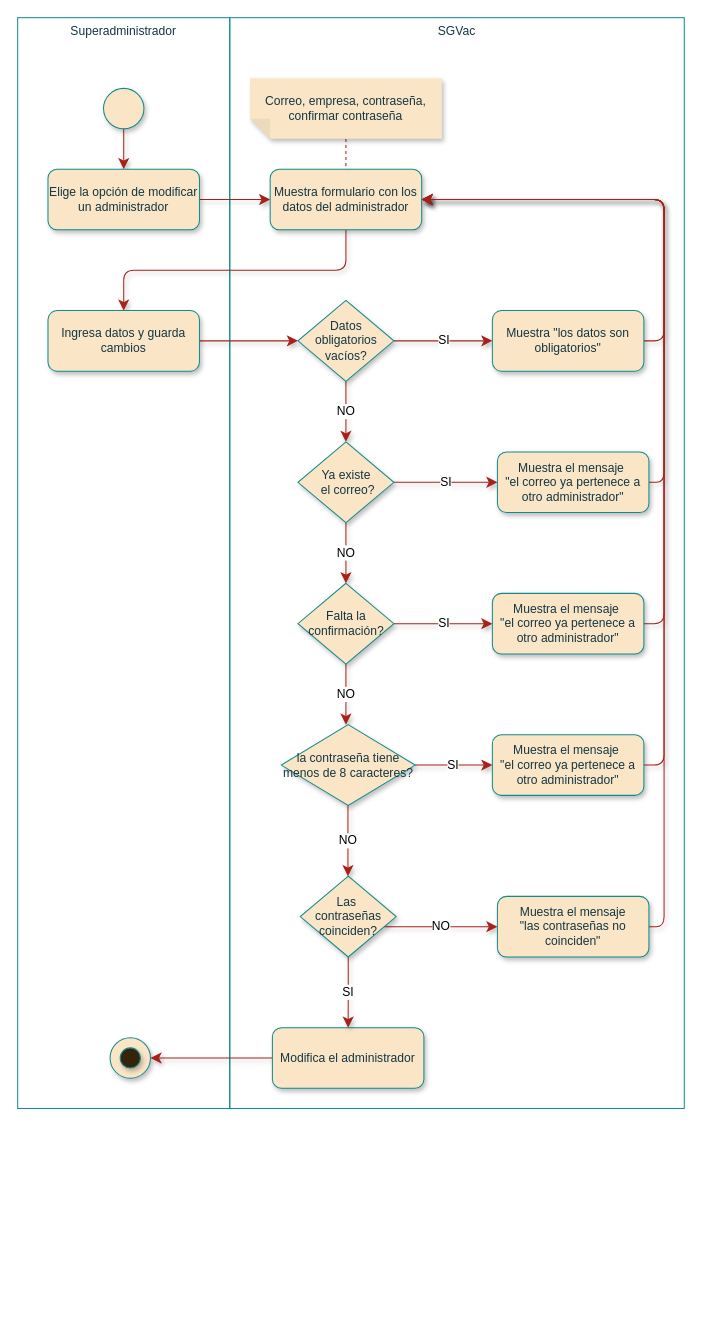
LeandroMurillo/Trabajo-Graduacion keeps this draw.io diagram as Informe/Actividad/Modificar Administrador.drawio. Above is the earlier version. Source tidied: cells renumbered, new cells numbered last; positions are measured from the earlier drawing's top-left corner, leaving out a move shared by most shapes. Both pictures are drawn from the tidied source at 101%, with x=0, y=0 at pixel (17, 17).
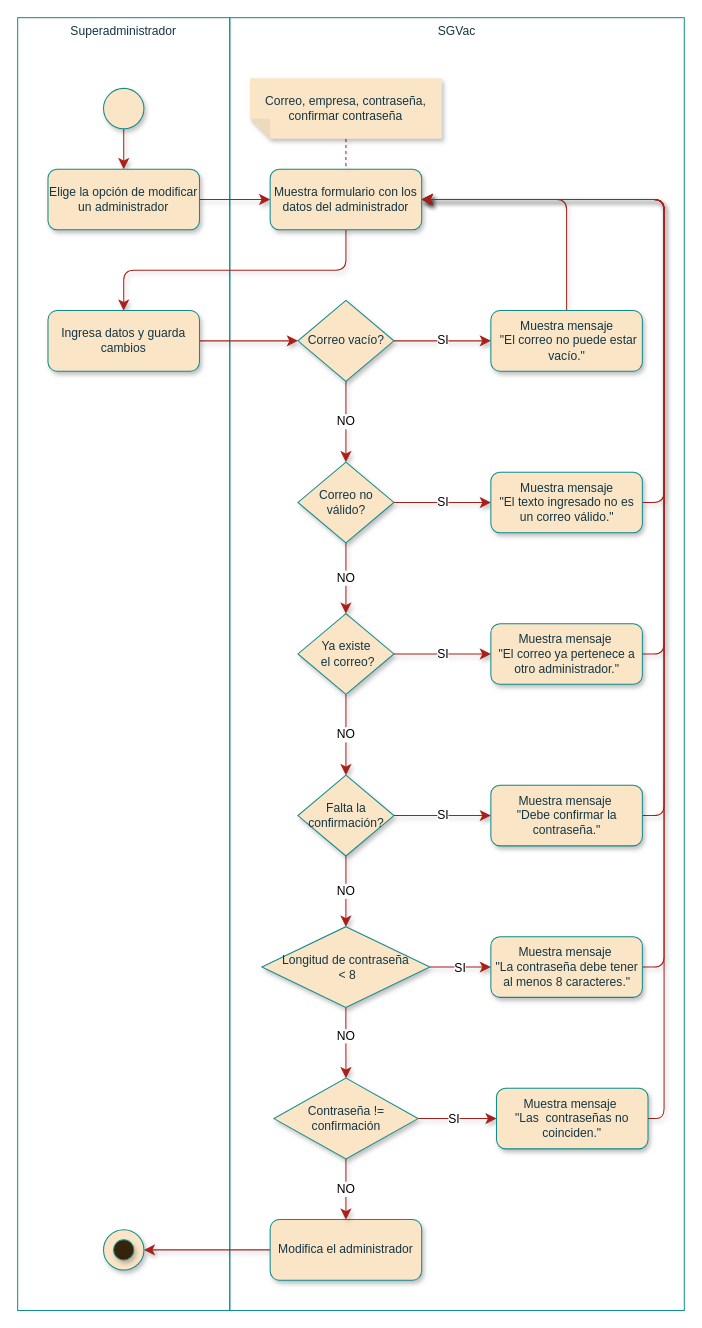
Above is the later version.

The change refers to these unchanged cells:
```xml
<mxCell id="13" value="Muestra formulario con los datos del administrador" style="rounded=1;whiteSpace=wrap;labelBackgroundColor=none;fillColor=#FAE5C7;strokeColor=#0F8B8D;fontColor=#143642;fontFamily=Arial;html=1;shadow=1;" parent="1" vertex="1">
  <mxGeometry x="250" y="150" width="150" height="60" as="geometry" />
</mxCell>
```

Change to the diagram source:
```diff
@@
     <mxCell id="2" value="Superadministrador" style="rounded=0;whiteSpace=wrap;strokeColor=#0F8B8D;fontColor=#143642;fillColor=none;verticalAlign=top;fontFamily=Arial;labelBackgroundColor=none;html=1;" parent="1" vertex="1">
-      <mxGeometry width="210" height="1080" as="geometry" />
+      <mxGeometry width="210" height="1280" as="geometry" />
     </mxCell>
     <mxCell id="3" value="SGVac" style="rounded=0;whiteSpace=wrap;strokeColor=#0F8B8D;fontColor=#143642;fillColor=none;verticalAlign=top;fontFamily=Arial;labelBackgroundColor=none;html=1;" parent="1" vertex="1">
-      <mxGeometry x="210" width="450" height="1080" as="geometry" />
+      <mxGeometry x="210" width="450" height="1280" as="geometry" />
     </mxCell>
@@
     <mxCell id="9" style="group;fontFamily=Arial;labelBackgroundColor=none;fontColor=#143642;html=1;shadow=1;" parent="1" vertex="1">
-      <mxGeometry x="91.5" y="1010" width="40" height="40" as="geometry" />
+      <mxGeometry x="85" y="1200" width="40" height="40" as="geometry" />
     </mxCell>
@@
-    <mxCell id="14" value="NO" style="edgeStyle=elbowEdgeStyle;shape=connector;curved=0;rounded=1;jettySize=auto;elbow=vertical;html=1;shadow=1;strokeColor=#A8201A;align=center;verticalAlign=middle;fontFamily=Arial;fontSize=12;fontColor=default;labelBackgroundColor=default;startSize=8;endArrow=classic;endSize=8;" parent="1" edge="1" source="16">
-      <mxGeometry relative="1" as="geometry">
-        <mxPoint x="325" y="420" as="targetPoint" />
-      </mxGeometry>
+    <mxCell id="14" value="NO" style="edgeStyle=elbowEdgeStyle;shape=connector;curved=0;rounded=1;jettySize=auto;elbow=vertical;html=1;shadow=1;strokeColor=#A8201A;align=center;verticalAlign=middle;fontFamily=Arial;fontSize=12;fontColor=default;labelBackgroundColor=default;startSize=8;endArrow=classic;endSize=8;entryX=0.5;entryY=0;entryDx=0;entryDy=0;" parent="1" edge="1" source="16" target="47">
+      <mxGeometry relative="1" as="geometry" />
     </mxCell>
@@
-    <mxCell id="16" value="Datos obligatorios vacíos?" style="rhombus;whiteSpace=wrap;strokeColor=#0F8B8D;fontFamily=Arial;fontSize=12;fontColor=#143642;labelBackgroundColor=none;fillColor=#FAE5C7;textDirection=ltr;html=1;shadow=1;" parent="1" vertex="1">
+    <mxCell id="16" value="Correo vacío?" style="rhombus;whiteSpace=wrap;strokeColor=#0F8B8D;fontFamily=Arial;fontSize=12;fontColor=#143642;labelBackgroundColor=none;fillColor=#FAE5C7;textDirection=ltr;html=1;shadow=1;" parent="1" vertex="1">
       <mxGeometry x="277.5" y="280" width="95" height="80" as="geometry" />
     </mxCell>
@@
     <mxCell id="22" value="Modifica el administrador" style="rounded=1;whiteSpace=wrap;labelBackgroundColor=none;fillColor=#FAE5C7;strokeColor=#0F8B8D;fontColor=#143642;fontFamily=Arial;html=1;shadow=1;" parent="1" vertex="1">
-      <mxGeometry x="252.2" y="1000" width="150" height="60" as="geometry" />
+      <mxGeometry x="250" y="1190" width="150" height="60" as="geometry" />
     </mxCell>
-    <mxCell id="23" style="edgeStyle=elbowEdgeStyle;shape=connector;curved=0;rounded=1;jettySize=auto;elbow=vertical;html=1;exitX=1;exitY=0.5;exitDx=0;exitDy=0;entryX=1;entryY=0.5;entryDx=0;entryDy=0;shadow=1;strokeColor=#A8201A;align=center;verticalAlign=middle;fontFamily=Arial;fontSize=12;fontColor=default;labelBackgroundColor=default;startSize=8;endArrow=classic;endSize=8;" parent="1" edge="1" source="24" target="13">
+    <mxCell id="23" style="edgeStyle=elbowEdgeStyle;shape=connector;curved=0;rounded=1;jettySize=auto;elbow=vertical;html=1;exitX=0.5;exitY=0;exitDx=0;exitDy=0;entryX=1;entryY=0.5;entryDx=0;entryDy=0;shadow=1;strokeColor=#A8201A;align=center;verticalAlign=middle;fontFamily=Arial;fontSize=12;fontColor=default;labelBackgroundColor=default;startSize=8;endArrow=classic;endSize=8;" parent="1" edge="1" source="24" target="13">
       <mxGeometry relative="1" as="geometry">
         <Array as="points">
-          <mxPoint x="640" y="240" />
+          <mxPoint x="510" y="180" />
         </Array>
       </mxGeometry>
     </mxCell>
-    <mxCell id="24" value="Muestra &quot;los datos son obligatorios&quot;" style="rounded=1;whiteSpace=wrap;labelBackgroundColor=none;fillColor=#FAE5C7;strokeColor=#0F8B8D;fontColor=#143642;fontFamily=Arial;html=1;shadow=1;" parent="1" vertex="1">
-      <mxGeometry x="470" y="290" width="150" height="60" as="geometry" />
+    <mxCell id="24" value="Muestra mensaje&lt;div&gt;&amp;nbsp;&quot;El correo no puede estar vacío.&quot;&lt;/div&gt;" style="rounded=1;whiteSpace=wrap;labelBackgroundColor=none;fillColor=#FAE5C7;strokeColor=#0F8B8D;fontColor=#143642;fontFamily=Arial;html=1;shadow=1;" parent="1" vertex="1">
+      <mxGeometry x="468.5" y="290" width="150" height="60" as="geometry" />
     </mxCell>
-    <mxCell id="25" value="NO" style="edgeStyle=elbowEdgeStyle;shape=connector;curved=0;rounded=1;jettySize=auto;elbow=vertical;html=1;shadow=1;strokeColor=#A8201A;align=center;verticalAlign=middle;fontFamily=Arial;fontSize=12;fontColor=default;labelBackgroundColor=default;startSize=8;endArrow=classic;endSize=8;" parent="1" edge="1" source="27">
-      <mxGeometry relative="1" as="geometry">
-        <mxPoint x="325" y="560" as="targetPoint" />
-      </mxGeometry>
+    <mxCell id="25" value="NO" style="edgeStyle=elbowEdgeStyle;shape=connector;curved=0;rounded=1;jettySize=auto;elbow=vertical;html=1;shadow=1;strokeColor=#A8201A;align=center;verticalAlign=middle;fontFamily=Arial;fontSize=12;fontColor=default;labelBackgroundColor=default;startSize=8;endArrow=classic;endSize=8;entryX=0.5;entryY=0;entryDx=0;entryDy=0;" parent="1" edge="1" source="27" target="37">
+      <mxGeometry relative="1" as="geometry" />
     </mxCell>
-    <mxCell id="26" value="SI" style="edgeStyle=elbowEdgeStyle;shape=connector;curved=0;rounded=1;jettySize=auto;elbow=vertical;html=1;shadow=1;strokeColor=#A8201A;align=center;verticalAlign=middle;fontFamily=Arial;fontSize=12;fontColor=default;labelBackgroundColor=default;startSize=8;endArrow=classic;endSize=8;" parent="1" edge="1" source="27" target="29">
+    <mxCell id="26" value="SI" style="edgeStyle=elbowEdgeStyle;shape=connector;curved=0;rounded=1;jettySize=auto;elbow=vertical;html=1;shadow=1;strokeColor=#A8201A;align=center;verticalAlign=middle;fontFamily=Arial;fontSize=12;fontColor=default;labelBackgroundColor=default;startSize=8;endArrow=classic;endSize=8;exitX=1;exitY=0.5;exitDx=0;exitDy=0;entryX=0;entryY=0.5;entryDx=0;entryDy=0;" parent="1" edge="1" source="27" target="29">
       <mxGeometry relative="1" as="geometry" />
     </mxCell>
     <mxCell id="27" value="Ya existe&lt;div&gt;&amp;nbsp;el correo?&lt;/div&gt;" style="rhombus;whiteSpace=wrap;strokeColor=#0F8B8D;fontFamily=Arial;fontSize=12;fontColor=#143642;labelBackgroundColor=none;fillColor=#FAE5C7;textDirection=ltr;html=1;shadow=1;" parent="1" vertex="1">
-      <mxGeometry x="277.5" y="420" width="95" height="80" as="geometry" />
+      <mxGeometry x="277.5" y="590" width="95" height="80" as="geometry" />
     </mxCell>
@@
-    <mxCell id="29" value="Muestra el mensaje&amp;nbsp;&lt;div&gt;&quot;el correo ya pertenece a otro administrador&quot;&lt;/div&gt;" style="rounded=1;whiteSpace=wrap;labelBackgroundColor=none;fillColor=#FAE5C7;strokeColor=#0F8B8D;fontColor=#143642;fontFamily=Arial;html=1;shadow=1;" parent="1" vertex="1">
-      <mxGeometry x="475" y="430" width="150" height="60" as="geometry" />
+    <mxCell id="29" value="Muestra mensaje&amp;nbsp;&lt;div&gt;&quot;El correo ya pertenece a otro administrador.&quot;&lt;/div&gt;" style="rounded=1;whiteSpace=wrap;labelBackgroundColor=none;fillColor=#FAE5C7;strokeColor=#0F8B8D;fontColor=#143642;fontFamily=Arial;html=1;shadow=1;" parent="1" vertex="1">
+      <mxGeometry x="468.5" y="600" width="150" height="60" as="geometry" />
     </mxCell>
-    <mxCell id="30" value="SI" style="edgeStyle=elbowEdgeStyle;shape=connector;curved=0;rounded=1;jettySize=auto;elbow=vertical;html=1;shadow=1;strokeColor=#A8201A;align=center;verticalAlign=middle;fontFamily=Arial;fontSize=12;fontColor=default;labelBackgroundColor=default;startSize=8;endArrow=classic;endSize=8;entryX=0.5;entryY=0;entryDx=0;entryDy=0;" parent="1" edge="1" source="32" target="22">
-      <mxGeometry relative="1" as="geometry" />
+    <mxCell id="30" value="NO" style="edgeStyle=elbowEdgeStyle;shape=connector;curved=0;rounded=1;jettySize=auto;elbow=vertical;html=1;shadow=1;strokeColor=#A8201A;align=center;verticalAlign=middle;fontFamily=Arial;fontSize=12;fontColor=default;labelBackgroundColor=default;startSize=8;endArrow=classic;endSize=8;entryX=0.5;entryY=0;entryDx=0;entryDy=0;" parent="1" edge="1" target="22">
+      <mxGeometry relative="1" as="geometry">
+        <mxPoint x="325" y="1129" as="sourcePoint" />
+      </mxGeometry>
     </mxCell>
-    <mxCell id="31" value="NO" style="edgeStyle=elbowEdgeStyle;shape=connector;curved=0;rounded=1;jettySize=auto;elbow=vertical;html=1;shadow=1;strokeColor=#A8201A;align=center;verticalAlign=middle;fontFamily=Arial;fontSize=12;fontColor=default;labelBackgroundColor=default;startSize=8;endArrow=classic;endSize=8;" parent="1" edge="1" source="32" target="34">
-      <mxGeometry relative="1" as="geometry" />
-    </mxCell>
-    <mxCell id="32" value="Las&amp;nbsp;&lt;div&gt;contraseñas coinciden?&lt;/div&gt;" style="rhombus;whiteSpace=wrap;strokeColor=#0F8B8D;fontFamily=Arial;fontSize=12;fontColor=#143642;labelBackgroundColor=none;fillColor=#FAE5C7;textDirection=ltr;html=1;shadow=1;" parent="1" vertex="1">
-      <mxGeometry x="279.8" y="850" width="95" height="80" as="geometry" />
-    </mxCell>
-    <mxCell id="33" style="edgeStyle=elbowEdgeStyle;shape=connector;curved=0;rounded=1;jettySize=auto;elbow=vertical;html=1;exitX=1;exitY=0.5;exitDx=0;exitDy=0;entryX=1;entryY=0.5;entryDx=0;entryDy=0;shadow=1;strokeColor=#A8201A;align=center;verticalAlign=middle;fontFamily=Arial;fontSize=12;fontColor=default;labelBackgroundColor=default;startSize=8;endArrow=classic;endSize=8;" parent="1" edge="1" source="34" target="13">
-      <mxGeometry relative="1" as="geometry">
-        <Array as="points">
-          <mxPoint x="640" y="170" />
-        </Array>
-      </mxGeometry>
-    </mxCell>
-    <mxCell id="34" value="Muestra el mensaje&lt;div&gt;&lt;span style=&quot;background-color: transparent; color: light-dark(rgb(20, 54, 66), rgb(173, 202, 213));&quot;&gt;&quot;las contraseñas no coinciden&quot;&lt;/span&gt;&lt;/div&gt;" style="rounded=1;whiteSpace=wrap;labelBackgroundColor=none;fillColor=#FAE5C7;strokeColor=#0F8B8D;fontColor=#143642;fontFamily=Arial;html=1;shadow=1;" parent="1" vertex="1">
-      <mxGeometry x="475" y="870" width="150" height="60" as="geometry" />
-    </mxCell>
-    <mxCell id="35" value="NO" style="edgeStyle=elbowEdgeStyle;shape=connector;curved=0;rounded=1;jettySize=auto;elbow=vertical;html=1;shadow=1;strokeColor=#A8201A;align=center;verticalAlign=middle;fontFamily=Arial;fontSize=12;fontColor=default;labelBackgroundColor=default;startSize=8;endArrow=classic;endSize=8;" parent="1" edge="1" source="37">
-      <mxGeometry relative="1" as="geometry">
-        <mxPoint x="325" y="700" as="targetPoint" />
-      </mxGeometry>
+    <mxCell id="35" value="NO" style="edgeStyle=elbowEdgeStyle;shape=connector;curved=0;rounded=1;jettySize=auto;elbow=vertical;html=1;shadow=1;strokeColor=#A8201A;align=center;verticalAlign=middle;fontFamily=Arial;fontSize=12;fontColor=default;labelBackgroundColor=default;startSize=8;endArrow=classic;endSize=8;entryX=0.5;entryY=0;entryDx=0;entryDy=0;" parent="1" edge="1" source="37" target="54">
+      <mxGeometry relative="1" as="geometry" />
     </mxCell>
-    <mxCell id="36" value="SI" style="edgeStyle=elbowEdgeStyle;shape=connector;curved=0;rounded=1;jettySize=auto;elbow=horizontal;html=1;shadow=1;strokeColor=#A8201A;align=center;verticalAlign=middle;fontFamily=Arial;fontSize=12;fontColor=default;labelBackgroundColor=default;startSize=8;endArrow=classic;endSize=8;" parent="1" edge="1" source="37" target="39">
+    <mxCell id="36" value="SI" style="edgeStyle=elbowEdgeStyle;shape=connector;curved=0;rounded=1;jettySize=auto;elbow=horizontal;html=1;shadow=1;strokeColor=#A8201A;align=center;verticalAlign=middle;fontFamily=Arial;fontSize=12;fontColor=default;labelBackgroundColor=default;startSize=8;endArrow=classic;endSize=8;entryX=0;entryY=0.5;entryDx=0;entryDy=0;exitX=1;exitY=0.5;exitDx=0;exitDy=0;" parent="1" edge="1" source="37" target="39">
       <mxGeometry relative="1" as="geometry" />
     </mxCell>
     <mxCell id="37" value="Falta la confirmación?" style="rhombus;whiteSpace=wrap;strokeColor=#0F8B8D;fontFamily=Arial;fontSize=12;fontColor=#143642;labelBackgroundColor=none;fillColor=#FAE5C7;textDirection=ltr;html=1;shadow=1;" parent="1" vertex="1">
-      <mxGeometry x="277.5" y="560" width="95" height="80" as="geometry" />
+      <mxGeometry x="277.5" y="750" width="95" height="80" as="geometry" />
     </mxCell>
@@
-    <mxCell id="39" value="Muestra el mensaje&amp;nbsp;&lt;div&gt;&quot;el correo ya pertenece a otro administrador&quot;&lt;/div&gt;" style="rounded=1;whiteSpace=wrap;labelBackgroundColor=none;fillColor=#FAE5C7;strokeColor=#0F8B8D;fontColor=#143642;fontFamily=Arial;html=1;shadow=1;" parent="1" vertex="1">
-      <mxGeometry x="470" y="570" width="150" height="60" as="geometry" />
+    <mxCell id="39" value="Muestra mensaje&amp;nbsp;&lt;div&gt;&quot;Debe confirmar la contraseña.&quot;&lt;/div&gt;" style="rounded=1;whiteSpace=wrap;labelBackgroundColor=none;fillColor=#FAE5C7;strokeColor=#0F8B8D;fontColor=#143642;fontFamily=Arial;html=1;shadow=1;" parent="1" vertex="1">
+      <mxGeometry x="468.5" y="760" width="150" height="60" as="geometry" />
     </mxCell>
-    <mxCell id="40" value="NO" style="edgeStyle=elbowEdgeStyle;shape=connector;curved=0;rounded=1;jettySize=auto;elbow=horizontal;html=1;shadow=1;strokeColor=#A8201A;align=center;verticalAlign=middle;fontFamily=Arial;fontSize=12;fontColor=default;labelBackgroundColor=default;startSize=8;endArrow=classic;endSize=8;entryX=0.5;entryY=0;entryDx=0;entryDy=0;" parent="1" edge="1" source="42" target="32">
-      <mxGeometry relative="1" as="geometry" />
-    </mxCell>
-    <mxCell id="41" value="SI" style="edgeStyle=elbowEdgeStyle;shape=connector;curved=0;rounded=1;jettySize=auto;elbow=vertical;html=1;shadow=1;strokeColor=#A8201A;align=center;verticalAlign=middle;fontFamily=Arial;fontSize=12;fontColor=default;labelBackgroundColor=default;startSize=8;endArrow=classic;endSize=8;" parent="1" edge="1" source="42" target="44">
-      <mxGeometry x="-0.04" relative="1" as="geometry" />
-    </mxCell>
-    <mxCell id="42" value="la contraseña tiene menos de 8 caracteres?" style="rhombus;whiteSpace=wrap;strokeColor=#0F8B8D;fontFamily=Arial;fontSize=12;fontColor=#143642;labelBackgroundColor=none;fillColor=#FAE5C7;textDirection=ltr;html=1;shadow=1;" parent="1" vertex="1">
-      <mxGeometry x="261" y="700" width="132.5" height="80" as="geometry" />
-    </mxCell>
-    <mxCell id="43" style="edgeStyle=elbowEdgeStyle;shape=connector;curved=0;rounded=1;jettySize=auto;elbow=vertical;html=1;exitX=1;exitY=0.5;exitDx=0;exitDy=0;entryX=1;entryY=0.5;entryDx=0;entryDy=0;shadow=1;strokeColor=#A8201A;align=center;verticalAlign=middle;fontFamily=Arial;fontSize=12;fontColor=default;labelBackgroundColor=default;startSize=8;endArrow=classic;endSize=8;" parent="1" edge="1" source="44" target="13">
-      <mxGeometry relative="1" as="geometry">
-        <Array as="points">
-          <mxPoint x="640" y="180" />
-        </Array>
-      </mxGeometry>
-    </mxCell>
-    <mxCell id="44" value="Muestra el mensaje&amp;nbsp;&lt;div&gt;&quot;el correo ya pertenece a otro administrador&quot;&lt;/div&gt;" style="rounded=1;whiteSpace=wrap;labelBackgroundColor=none;fillColor=#FAE5C7;strokeColor=#0F8B8D;fontColor=#143642;fontFamily=Arial;html=1;shadow=1;" parent="1" vertex="1">
-      <mxGeometry x="470" y="710" width="150" height="60" as="geometry" />
-    </mxCell>
+    <mxCell id="45" value="NO" style="edgeStyle=elbowEdgeStyle;shape=connector;curved=0;rounded=1;jettySize=auto;elbow=vertical;html=1;shadow=1;strokeColor=#A8201A;align=center;verticalAlign=middle;fontFamily=Arial;fontSize=12;fontColor=default;labelBackgroundColor=default;startSize=8;endArrow=classic;endSize=8;entryX=0.5;entryY=0;entryDx=0;entryDy=0;" parent="1" edge="1" source="47" target="27">
+      <mxGeometry relative="1" as="geometry" />
+    </mxCell>
+    <mxCell id="46" value="SI" style="edgeStyle=elbowEdgeStyle;shape=connector;curved=0;rounded=1;jettySize=auto;elbow=vertical;html=1;shadow=1;strokeColor=#A8201A;align=center;verticalAlign=middle;fontFamily=Arial;fontSize=12;fontColor=default;labelBackgroundColor=default;startSize=8;endArrow=classic;endSize=8;exitX=1;exitY=0.5;exitDx=0;exitDy=0;entryX=0;entryY=0.5;entryDx=0;entryDy=0;" parent="1" edge="1" source="47" target="49">
+      <mxGeometry relative="1" as="geometry" />
+    </mxCell>
+    <mxCell id="47" value="Correo no válido?" style="rhombus;whiteSpace=wrap;strokeColor=#0F8B8D;fontFamily=Arial;fontSize=12;fontColor=#143642;labelBackgroundColor=none;fillColor=#FAE5C7;textDirection=ltr;html=1;shadow=1;" parent="1" vertex="1">
+      <mxGeometry x="277.5" y="440" width="95" height="80" as="geometry" />
+    </mxCell>
+    <mxCell id="48" style="edgeStyle=elbowEdgeStyle;shape=connector;curved=0;rounded=1;jettySize=auto;elbow=vertical;html=1;exitX=1;exitY=0.5;exitDx=0;exitDy=0;entryX=1;entryY=0.5;entryDx=0;entryDy=0;shadow=1;strokeColor=#A8201A;align=center;verticalAlign=middle;fontFamily=Arial;fontSize=12;fontColor=default;labelBackgroundColor=default;startSize=8;endArrow=classic;endSize=8;" parent="1" edge="1" source="49" target="13">
+      <mxGeometry relative="1" as="geometry">
+        <Array as="points">
+          <mxPoint x="640" y="190" />
+        </Array>
+      </mxGeometry>
+    </mxCell>
+    <mxCell id="49" value="Muestra mensaje&lt;div&gt;&quot;El texto ingresado no es un correo válido.&quot;&lt;/div&gt;" style="rounded=1;whiteSpace=wrap;labelBackgroundColor=none;fillColor=#FAE5C7;strokeColor=#0F8B8D;fontColor=#143642;fontFamily=Arial;html=1;shadow=1;" parent="1" vertex="1">
+      <mxGeometry x="468.5" y="450" width="150" height="60" as="geometry" />
+    </mxCell>
+    <mxCell id="50" style="edgeStyle=elbowEdgeStyle;shape=connector;curved=0;rounded=1;jettySize=auto;elbow=horizontal;html=1;shadow=1;strokeColor=#A8201A;align=center;verticalAlign=middle;fontFamily=Arial;fontSize=12;fontColor=default;labelBackgroundColor=none;startSize=8;endArrow=classic;endSize=8;" parent="1" edge="1" source="54" target="56">
+      <mxGeometry relative="1" as="geometry" />
+    </mxCell>
+    <mxCell id="51" value="&lt;span style=&quot;background-color: light-dark(#ffffff, var(--ge-dark-color, #121212));&quot;&gt;SI&lt;/span&gt;" style="edgeLabel;html=1;align=center;verticalAlign=middle;fontSize=12;strokeColor=#0F8B8D;fontFamily=Arial;fontColor=default;labelBackgroundColor=none;fillColor=#FAE5C7;" parent="50" vertex="1">
+      <mxGeometry x="-0.3" y="2" relative="1" as="geometry">
+        <mxPoint x="8" y="2" as="offset" />
+      </mxGeometry>
+    </mxCell>
+    <mxCell id="52" style="edgeStyle=elbowEdgeStyle;shape=connector;curved=0;rounded=1;jettySize=auto;elbow=vertical;html=1;shadow=1;strokeColor=#A8201A;align=center;verticalAlign=middle;fontFamily=Arial;fontSize=12;fontColor=default;labelBackgroundColor=none;startSize=8;endArrow=classic;endSize=8;" parent="1" edge="1" source="54" target="59">
+      <mxGeometry relative="1" as="geometry" />
+    </mxCell>
+    <mxCell id="53" value="&lt;span style=&quot;background-color: light-dark(#ffffff, var(--ge-dark-color, #121212));&quot;&gt;NO&lt;/span&gt;" style="edgeLabel;html=1;align=center;verticalAlign=middle;fontSize=12;strokeColor=#0F8B8D;fontFamily=Arial;fontColor=default;labelBackgroundColor=none;fillColor=#FAE5C7;" parent="52" vertex="1">
+      <mxGeometry x="-0.21" relative="1" as="geometry" />
+    </mxCell>
+    <mxCell id="54" value="Longitud de contraseña&lt;div&gt;&amp;nbsp;&amp;lt; 8&lt;/div&gt;" style="rhombus;whiteSpace=wrap;strokeColor=#0F8B8D;fontFamily=Arial;fontSize=12;fontColor=#143642;labelBackgroundColor=none;fillColor=#FAE5C7;textDirection=ltr;html=1;shadow=1;" parent="1" vertex="1">
+      <mxGeometry x="241.8" y="900" width="166.3" height="80" as="geometry" />
+    </mxCell>
+    <mxCell id="55" style="edgeStyle=elbowEdgeStyle;shape=connector;curved=0;rounded=1;jettySize=auto;elbow=vertical;html=1;entryX=1;entryY=0.5;entryDx=0;entryDy=0;shadow=1;strokeColor=#A8201A;align=center;verticalAlign=middle;fontFamily=Arial;fontSize=12;fontColor=default;labelBackgroundColor=default;startSize=8;endArrow=classic;endSize=8;" parent="1" edge="1" source="56" target="13">
+      <mxGeometry relative="1" as="geometry">
+        <Array as="points">
+          <mxPoint x="640" y="530" />
+        </Array>
+      </mxGeometry>
+    </mxCell>
+    <mxCell id="56" value="Muestra mensaje&amp;nbsp;&lt;div&gt;&quot;La contraseña debe tener al menos 8 caracteres.&quot;&lt;/div&gt;" style="rounded=1;whiteSpace=wrap;labelBackgroundColor=none;fillColor=#FAE5C7;strokeColor=#0F8B8D;fontColor=#143642;fontFamily=Arial;html=1;shadow=1;" parent="1" vertex="1">
+      <mxGeometry x="468.5" y="910" width="150" height="60" as="geometry" />
+    </mxCell>
+    <mxCell id="57" style="edgeStyle=elbowEdgeStyle;shape=connector;curved=0;rounded=1;jettySize=auto;elbow=horizontal;html=1;shadow=1;strokeColor=#A8201A;align=center;verticalAlign=middle;fontFamily=Arial;fontSize=12;fontColor=default;labelBackgroundColor=none;startSize=8;endArrow=classic;endSize=8;" parent="1" edge="1" source="59" target="61">
+      <mxGeometry relative="1" as="geometry" />
+    </mxCell>
+    <mxCell id="58" value="&lt;span style=&quot;background-color: light-dark(#ffffff, var(--ge-dark-color, #121212));&quot;&gt;SI&lt;/span&gt;" style="edgeLabel;html=1;align=center;verticalAlign=middle;fontSize=12;strokeColor=#0F8B8D;fontFamily=Arial;fontColor=default;labelBackgroundColor=none;fillColor=#FAE5C7;" parent="57" vertex="1">
+      <mxGeometry x="-0.3" y="2" relative="1" as="geometry">
+        <mxPoint x="8" y="2" as="offset" />
+      </mxGeometry>
+    </mxCell>
+    <mxCell id="59" value="Contraseña != confirmación" style="rhombus;whiteSpace=wrap;strokeColor=#0F8B8D;fontFamily=Arial;fontSize=12;fontColor=#143642;labelBackgroundColor=none;fillColor=#FAE5C7;textDirection=ltr;html=1;shadow=1;" parent="1" vertex="1">
+      <mxGeometry x="253.7" y="1050" width="142.7" height="80" as="geometry" />
+    </mxCell>
+    <mxCell id="60" style="edgeStyle=elbowEdgeStyle;shape=connector;curved=0;rounded=1;jettySize=auto;elbow=vertical;html=1;entryX=1;entryY=0.5;entryDx=0;entryDy=0;shadow=1;strokeColor=#A8201A;align=center;verticalAlign=middle;fontFamily=Arial;fontSize=12;fontColor=default;labelBackgroundColor=default;startSize=8;endArrow=classic;endSize=8;" parent="1" edge="1" source="61" target="13">
+      <mxGeometry relative="1" as="geometry">
+        <Array as="points">
+          <mxPoint x="640" y="570" />
+        </Array>
+      </mxGeometry>
+    </mxCell>
+    <mxCell id="61" value="Muestra mensaje&amp;nbsp;&lt;div&gt;&quot;Las&amp;nbsp; contraseñas no coinciden.&quot;&lt;/div&gt;" style="rounded=1;whiteSpace=wrap;labelBackgroundColor=none;fillColor=#FAE5C7;strokeColor=#0F8B8D;fontColor=#143642;fontFamily=Arial;html=1;shadow=1;" parent="1" vertex="1">
+      <mxGeometry x="474.1" y="1060" width="150" height="60" as="geometry" />
+    </mxCell>
```
